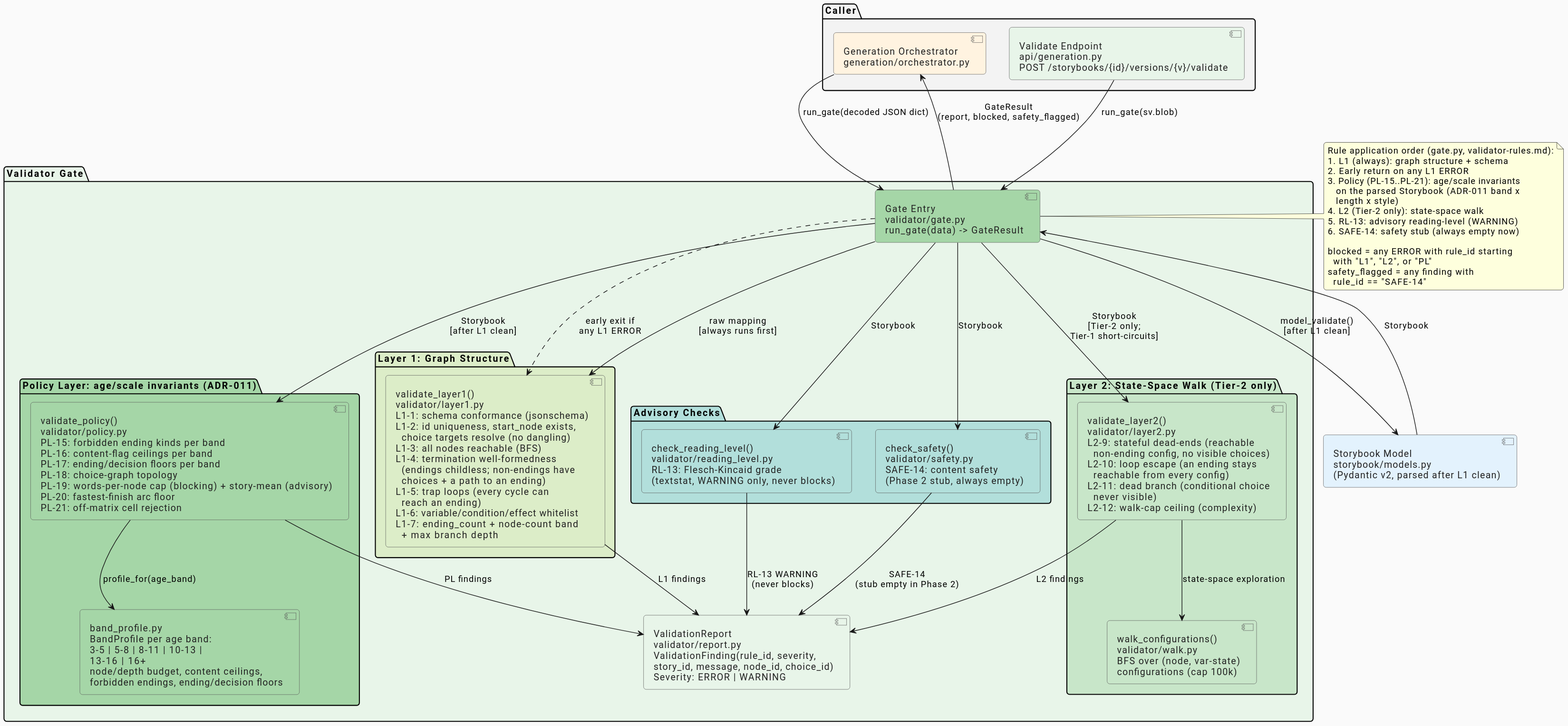
ByronWilliamsCPA/cyo-adventure keeps this PlantUML diagram as docs/architecture/diagrams/component-validator.svg. Above is the earlier version.
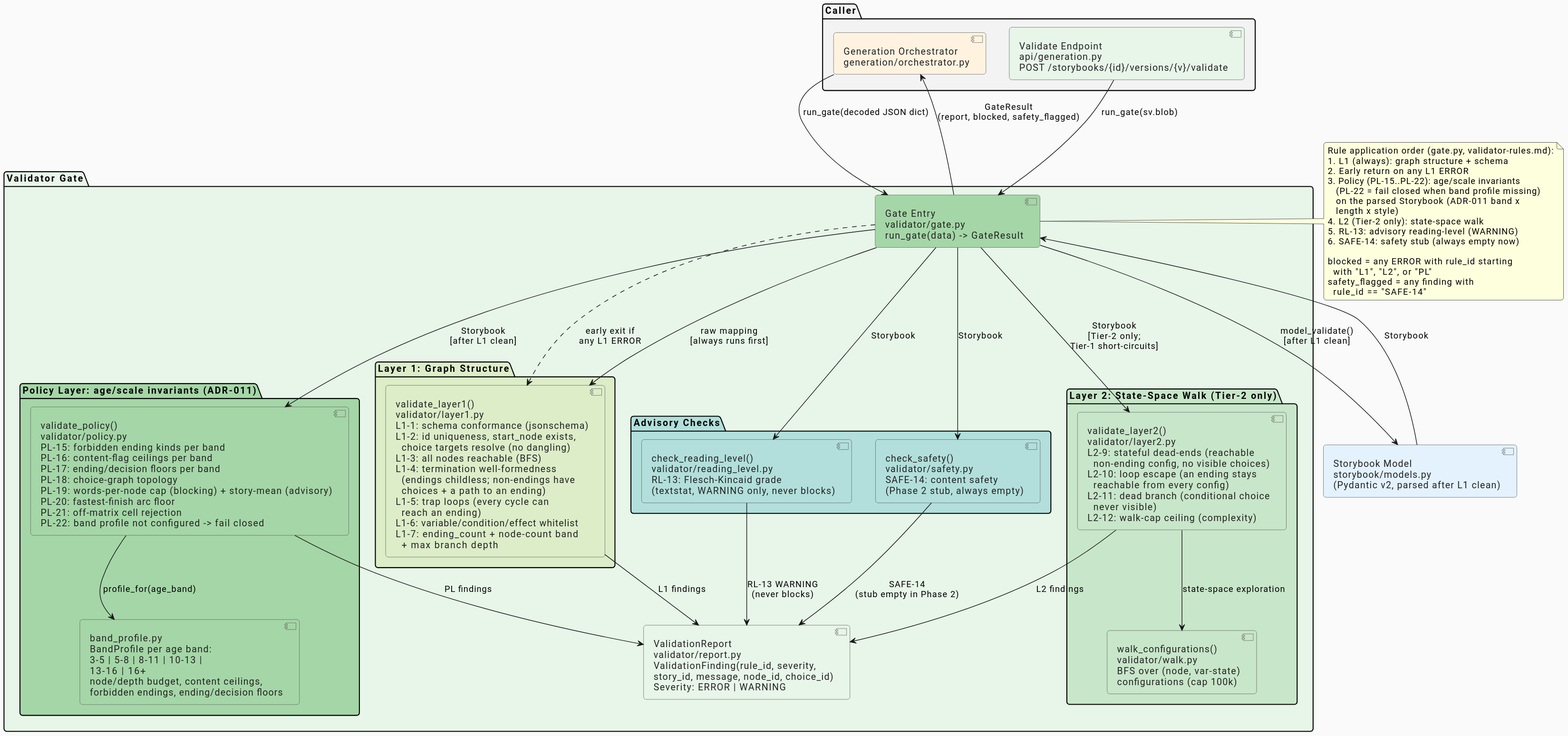
After the change.

The edit, as a diff of the source:
```diff
@@ -19,7 +19,7 @@
   }
 
   package "Policy Layer: age/scale invariants (ADR-011)" #A5D6A7 {
-    component "validate_policy()\nvalidator/policy.py\nPL-15: forbidden ending kinds per band\nPL-16: content-flag ceilings per band\nPL-17: ending/decision floors per band\nPL-18: choice-graph topology\nPL-19: words-per-node cap (blocking) + story-mean (advisory)\nPL-20: fastest-finish arc floor\nPL-21: off-matrix cell rejection" as policy #A5D6A7
+    component "validate_policy()\nvalidator/policy.py\nPL-15: forbidden ending kinds per band\nPL-16: content-flag ceilings per band\nPL-17: ending/decision floors per band\nPL-18: choice-graph topology\nPL-19: words-per-node cap (blocking) + story-mean (advisory)\nPL-20: fastest-finish arc floor\nPL-21: off-matrix cell rejection\nPL-22: band profile not configured -> fail closed" as policy #A5D6A7
 
     component "band_profile.py\nBandProfile per age band:\n3-5 | 5-8 | 8-11 | 10-13 |\n13-16 | 16+\nnode/depth budget, content ceilings,\nforbidden endings, ending/decision floors" as band_profile #A5D6A7
   }
@@ -71,7 +71,8 @@
   Rule application order (gate.py, validator-rules.md):
   1. L1 (always): graph structure + schema
   2. Early return on any L1 ERROR
-  3. Policy (PL-15..PL-21): age/scale invariants
+  3. Policy (PL-15..PL-22): age/scale invariants
+     (PL-22 = fail closed when band profile missing)
      on the parsed Storybook (ADR-011 band x
      length x style)
   4. L2 (Tier-2 only): state-space walk
```
